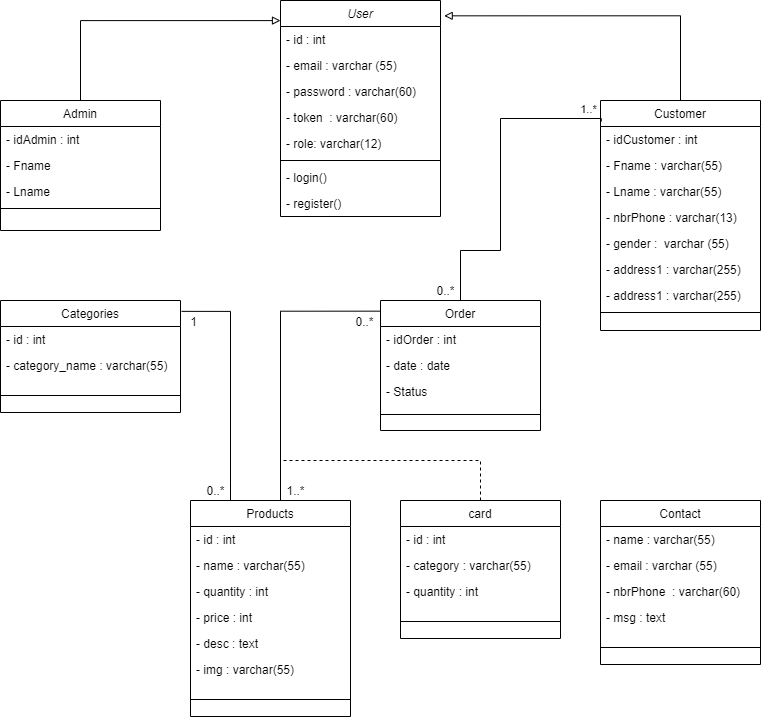
Earlier version of the draw.io export UML/Class Diagram.png (yassineelhoubi/ecommerce-website). Source tidied: cells renumbered, new cells last; positions are measured from the earlier drawing's top-left corner, leaving out a move shared by most shapes.
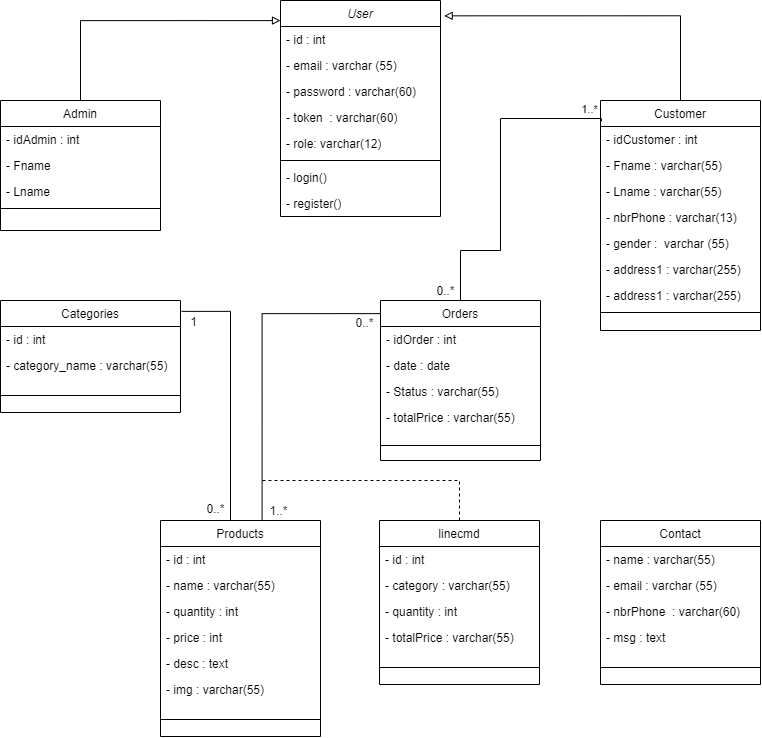
Above is the later version.

Commit message:
update class diagram & gitignore & delete product/img

Diff of the diagram source:
```diff
@@ -92,16 +92,15 @@
         <mxPoint x="-6" y="-7" as="offset" />
       </mxGeometry>
     </mxCell>
-    <mxCell id="29" style="edgeStyle=orthogonalEdgeStyle;rounded=0;jettySize=auto;html=1;exitX=-0.001;exitY=0.082;exitDx=0;exitDy=0;endArrow=none;endFill=0;entryX=0.573;entryY=0.007;entryDx=0;entryDy=0;entryPerimeter=0;exitPerimeter=0;" parent="1" edge="1" source="30" target="36">
+    <mxCell id="29" style="edgeStyle=orthogonalEdgeStyle;rounded=0;jettySize=auto;html=1;exitX=-0.001;exitY=0.082;exitDx=0;exitDy=0;endArrow=none;endFill=0;entryX=0.635;entryY=0.003;entryDx=0;entryDy=0;exitPerimeter=0;entryPerimeter=0;" parent="1" edge="1" source="30" target="36">
       <mxGeometry relative="1" as="geometry">
         <Array as="points">
-          <mxPoint x="280" y="310" />
-          <mxPoint x="280" y="502" />
+          <mxPoint x="262" y="313" />
         </Array>
       </mxGeometry>
     </mxCell>
-    <mxCell id="30" value="Order" style="swimlane;fontStyle=0;align=center;verticalAlign=top;horizontal=1;startSize=26;rounded=0;shadow=0;strokeWidth=1;" parent="1" vertex="1">
-      <mxGeometry x="380" y="300" width="160" height="130" as="geometry" />
+    <mxCell id="30" value="Orders" style="swimlane;fontStyle=0;align=center;verticalAlign=top;horizontal=1;startSize=26;rounded=0;shadow=0;strokeWidth=1;" parent="1" vertex="1">
+      <mxGeometry x="380" y="300" width="160" height="160" as="geometry" />
     </mxCell>
     <mxCell id="31" value="- idOrder : int" style="text;align=left;verticalAlign=top;spacingLeft=4;spacingRight=4;overflow=hidden;" parent="30" vertex="1">
       <mxGeometry y="26" width="160" height="26" as="geometry" />
@@ -109,11 +108,14 @@
     <mxCell id="32" value="- date : date" style="text;align=left;verticalAlign=top;spacingLeft=4;spacingRight=4;overflow=hidden;rounded=0;shadow=0;html=0;" parent="30" vertex="1">
       <mxGeometry y="52" width="160" height="26" as="geometry" />
     </mxCell>
-    <mxCell id="33" value="- Status" style="text;align=left;verticalAlign=top;spacingLeft=4;spacingRight=4;overflow=hidden;rounded=0;shadow=0;html=0;" parent="30" vertex="1">
+    <mxCell id="33" value="- Status : varchar(55)" style="text;align=left;verticalAlign=top;spacingLeft=4;spacingRight=4;overflow=hidden;rounded=0;shadow=0;html=0;" parent="30" vertex="1">
       <mxGeometry y="78" width="160" height="26" as="geometry" />
     </mxCell>
+    <mxCell id="65" value="- totalPrice : varchar(55)" style="text;align=left;verticalAlign=top;spacingLeft=4;spacingRight=4;overflow=hidden;rounded=0;shadow=0;html=0;" parent="30" vertex="1">
+      <mxGeometry y="104" width="160" height="26" as="geometry" />
+    </mxCell>
     <mxCell id="34" style="line;html=1;strokeWidth=1;align=left;verticalAlign=middle;spacingTop=-1;spacingLeft=3;spacingRight=3;labelPosition=right;" parent="30" vertex="1">
-      <mxGeometry y="104" width="160" height="20" as="geometry" />
+      <mxGeometry y="130" width="160" height="30" as="geometry" />
     </mxCell>
     <mxCell id="35" style="edgeStyle=orthogonalEdgeStyle;rounded=0;jettySize=auto;html=1;exitX=0.25;exitY=0;exitDx=0;exitDy=0;entryX=1.006;entryY=0.097;entryDx=0;entryDy=0;entryPerimeter=0;endArrow=none;endFill=0;" parent="1" edge="1" source="36" target="50">
       <mxGeometry relative="1" as="geometry">
@@ -123,7 +125,7 @@
       </mxGeometry>
     </mxCell>
     <mxCell id="36" value="Products" style="swimlane;fontStyle=0;align=center;verticalAlign=top;horizontal=1;startSize=26;rounded=0;shadow=0;strokeWidth=1;" parent="1" vertex="1">
-      <mxGeometry x="190" y="500" width="160" height="216" as="geometry" />
+      <mxGeometry x="160" y="520" width="160" height="216" as="geometry" />
     </mxCell>
     <mxCell id="37" value="- id : int" style="text;align=left;verticalAlign=top;spacingLeft=4;spacingRight=4;overflow=hidden;" parent="36" vertex="1">
       <mxGeometry y="26" width="160" height="26" as="geometry" />
@@ -148,14 +150,14 @@
     </mxCell>
     <mxCell id="44" style="edgeStyle=orthogonalEdgeStyle;rounded=0;jettySize=auto;html=1;exitX=0.5;exitY=0;exitDx=0;exitDy=0;endArrow=none;endFill=0;dashed=1;" parent="1" edge="1" source="45">
       <mxGeometry relative="1" as="geometry">
-        <mxPoint x="280" y="460" as="targetPoint" />
+        <mxPoint x="260" y="480" as="targetPoint" />
         <Array as="points">
-          <mxPoint x="480" y="460" />
+          <mxPoint x="459" y="480" />
         </Array>
       </mxGeometry>
     </mxCell>
-    <mxCell id="45" value="card" style="swimlane;fontStyle=0;align=center;verticalAlign=top;horizontal=1;startSize=26;rounded=0;shadow=0;strokeWidth=1;" parent="1" vertex="1">
-      <mxGeometry x="400" y="500" width="160" height="138" as="geometry" />
+    <mxCell id="45" value="linecmd" style="swimlane;fontStyle=0;align=center;verticalAlign=top;horizontal=1;startSize=26;rounded=0;shadow=0;strokeWidth=1;" parent="1" vertex="1">
+      <mxGeometry x="379" y="520" width="160" height="164" as="geometry" />
     </mxCell>
     <mxCell id="46" value="- id : int" style="text;align=left;verticalAlign=top;spacingLeft=4;spacingRight=4;overflow=hidden;" parent="45" vertex="1">
       <mxGeometry y="26" width="160" height="26" as="geometry" />
@@ -166,8 +168,11 @@
     <mxCell id="48" value="- quantity : int" style="text;align=left;verticalAlign=top;spacingLeft=4;spacingRight=4;overflow=hidden;rounded=0;shadow=0;html=0;" parent="45" vertex="1">
       <mxGeometry y="78" width="160" height="26" as="geometry" />
     </mxCell>
+    <mxCell id="66" value="- totalPrice : varchar(55)" style="text;align=left;verticalAlign=top;spacingLeft=4;spacingRight=4;overflow=hidden;rounded=0;shadow=0;html=0;" parent="45" vertex="1">
+      <mxGeometry y="104" width="160" height="26" as="geometry" />
+    </mxCell>
     <mxCell id="49" style="line;html=1;strokeWidth=1;align=left;verticalAlign=middle;spacingTop=-1;spacingLeft=3;spacingRight=3;labelPosition=right;" parent="45" vertex="1">
-      <mxGeometry y="104" width="160" height="34" as="geometry" />
+      <mxGeometry y="130" width="160" height="34" as="geometry" />
     </mxCell>
     <mxCell id="50" value="Categories" style="swimlane;fontStyle=0;align=center;verticalAlign=top;horizontal=1;startSize=26;rounded=0;shadow=0;strokeWidth=1;" parent="1" vertex="1">
       <mxGeometry y="300" width="180" height="112" as="geometry" />
@@ -182,7 +187,7 @@
       <mxGeometry y="78" width="180" height="34" as="geometry" />
     </mxCell>
     <mxCell id="54" value="Contact" style="swimlane;fontStyle=0;align=center;verticalAlign=top;horizontal=1;startSize=26;rounded=0;shadow=0;strokeWidth=1;" parent="1" vertex="1">
-      <mxGeometry x="600" y="500" width="160" height="164" as="geometry" />
+      <mxGeometry x="600" y="520" width="160" height="164" as="geometry" />
     </mxCell>
     <mxCell id="55" value="- name : varchar(55)" style="text;align=left;verticalAlign=top;spacingLeft=4;spacingRight=4;overflow=hidden;" parent="54" vertex="1">
       <mxGeometry y="26" width="160" height="26" as="geometry" />
@@ -200,16 +205,16 @@
       <mxGeometry y="130" width="160" height="34" as="geometry" />
     </mxCell>
     <mxCell id="60" value="1..*" style="text;html=1;align=center;verticalAlign=middle;strokeColor=none;" parent="1" vertex="1">
-      <mxGeometry x="280" y="480" width="30" height="20" as="geometry" />
+      <mxGeometry x="263" y="500" width="30" height="20" as="geometry" />
     </mxCell>
     <mxCell id="61" value="1" style="text;html=1;align=center;verticalAlign=middle;strokeColor=none;" parent="1" vertex="1">
       <mxGeometry x="183" y="311" width="20" height="20" as="geometry" />
     </mxCell>
     <mxCell id="62" value="0..*" style="text;html=1;align=center;verticalAlign=middle;strokeColor=none;" parent="1" vertex="1">
-      <mxGeometry x="349" y="311" width="30" height="20" as="geometry" />
+      <mxGeometry x="349" y="312" width="30" height="20" as="geometry" />
     </mxCell>
     <mxCell id="63" value="0..*" style="text;html=1;align=center;verticalAlign=middle;strokeColor=none;" parent="1" vertex="1">
-      <mxGeometry x="200" y="480" width="30" height="20" as="geometry" />
+      <mxGeometry x="200" y="498" width="30" height="20" as="geometry" />
     </mxCell>
     <mxCell id="64" value="0..*" style="text;html=1;align=center;verticalAlign=middle;strokeColor=none;" parent="1" vertex="1">
       <mxGeometry x="430" y="280" width="30" height="20" as="geometry" />
```
